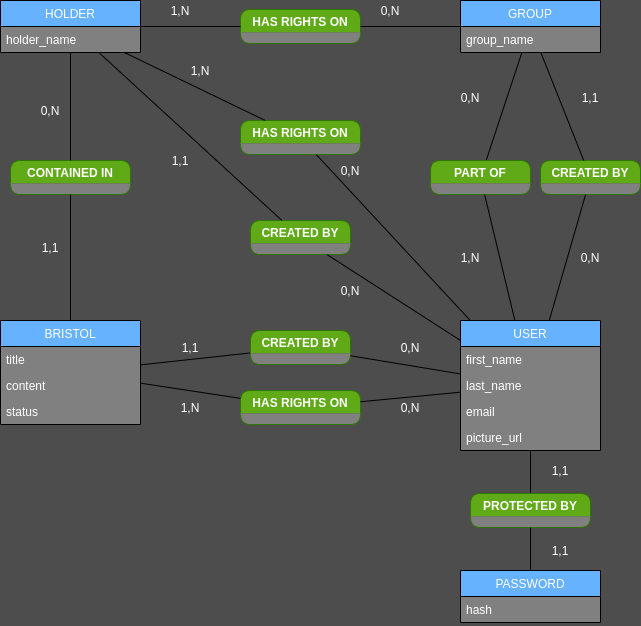
Before: MCD/mcd.png, a diagram exported from draw.io (moymat/bristolbe). Source tidied: cells renumbered, new cells last; positions are measured from the earlier drawing's top-left corner, leaving out a move shared by most shapes.
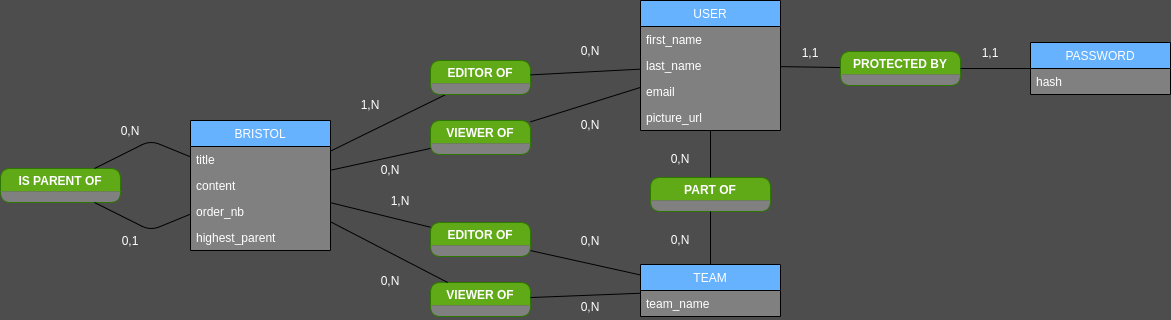
After the change.

Change to the diagram source:
```diff
@@ -3,7 +3,7 @@
     <mxCell id="0" />
     <mxCell id="1" parent="0" />
     <mxCell id="2" value="BRISTOL" style="swimlane;fontStyle=0;horizontal=1;startSize=26;fillColor=#66B2FF;swimlaneFillColor=#808080;fontColor=#FFFFFF;" parent="1" vertex="1">
-      <mxGeometry y="320" width="140" height="104" as="geometry" />
+      <mxGeometry x="120" y="320" width="140" height="130" as="geometry" />
     </mxCell>
     <mxCell id="3" value="title" style="text;strokeColor=none;fillColor=none;align=left;verticalAlign=top;spacingLeft=4;spacingRight=4;overflow=hidden;fontColor=#FFFFFF;" parent="2" vertex="1">
       <mxGeometry y="26" width="140" height="26" as="geometry" />
@@ -11,17 +11,20 @@
     <mxCell id="4" value="content" style="text;strokeColor=none;fillColor=none;align=left;verticalAlign=top;spacingLeft=4;spacingRight=4;overflow=hidden;fontColor=#FFFFFF;" parent="2" vertex="1">
       <mxGeometry y="52" width="140" height="26" as="geometry" />
     </mxCell>
-    <mxCell id="5" value="status" style="text;strokeColor=none;fillColor=none;align=left;verticalAlign=top;spacingLeft=4;spacingRight=4;overflow=hidden;fontColor=#FFFFFF;" parent="2" vertex="1">
+    <mxCell id="5" value="order_nb" style="text;strokeColor=none;fillColor=none;align=left;verticalAlign=top;spacingLeft=4;spacingRight=4;overflow=hidden;fontColor=#FFFFFF;" parent="2" vertex="1">
       <mxGeometry y="78" width="140" height="26" as="geometry" />
     </mxCell>
+    <mxCell id="62" value="highest_parent" style="text;strokeColor=none;fillColor=none;align=left;verticalAlign=top;spacingLeft=4;spacingRight=4;overflow=hidden;fontColor=#FFFFFF;" parent="2" vertex="1">
+      <mxGeometry y="104" width="140" height="26" as="geometry" />
+    </mxCell>
     <mxCell id="6" value="PASSWORD" style="swimlane;fontStyle=0;horizontal=1;startSize=26;fillColor=#66B2FF;swimlaneFillColor=#808080;fontColor=#FFFFFF;" parent="1" vertex="1">
-      <mxGeometry x="460" y="570" width="140" height="52" as="geometry" />
+      <mxGeometry x="960" y="242" width="140" height="52" as="geometry" />
     </mxCell>
     <mxCell id="7" value="hash" style="text;strokeColor=none;fillColor=none;align=left;verticalAlign=top;spacingLeft=4;spacingRight=4;overflow=hidden;fontColor=#FFFFFF;" parent="6" vertex="1">
       <mxGeometry y="26" width="140" height="26" as="geometry" />
     </mxCell>
     <mxCell id="8" value="USER" style="swimlane;fontStyle=0;horizontal=1;startSize=26;fillColor=#66B2FF;swimlaneFillColor=#808080;fontColor=#FFFFFF;" parent="1" vertex="1">
-      <mxGeometry x="460" y="320" width="140" height="130" as="geometry" />
+      <mxGeometry x="570" y="200" width="140" height="130" as="geometry" />
     </mxCell>
     <mxCell id="9" value="first_name" style="text;strokeColor=none;fillColor=none;align=left;verticalAlign=top;spacingLeft=4;spacingRight=4;overflow=hidden;fontColor=#FFFFFF;" parent="8" vertex="1">
       <mxGeometry y="26" width="140" height="26" as="geometry" />
@@ -41,134 +44,32 @@
     <mxCell id="14" style="endArrow=none;html=1;fontColor=#FFFFFF;" parent="1" edge="1" source="18" target="2">
       <mxGeometry relative="1" as="geometry" />
     </mxCell>
-    <mxCell id="15" value="GROUP" style="swimlane;fontStyle=0;horizontal=1;startSize=26;fillColor=#66B2FF;swimlaneFillColor=#808080;fontColor=#FFFFFF;" parent="1" vertex="1">
-      <mxGeometry x="460" width="140" height="52" as="geometry" />
-    </mxCell>
-    <mxCell id="16" value="group_name" style="text;strokeColor=none;fillColor=none;align=left;verticalAlign=top;spacingLeft=4;spacingRight=4;overflow=hidden;fontColor=#FFFFFF;" parent="15" vertex="1">
-      <mxGeometry y="26" width="140" height="26" as="geometry" />
-    </mxCell>
-    <mxCell id="17" style="endArrow=none;html=1;fontColor=#FFFFFF;" parent="1" edge="1" source="20" target="15">
-      <mxGeometry relative="1" as="geometry" />
-    </mxCell>
-    <mxCell id="18" value="CREATED BY" style="swimlane;fillColor=#60a917;strokeColor=#2D7600;rounded=1;swimlaneLine=0;swimlaneFillColor=#808080;fontColor=#FFFFFF;" parent="1" vertex="1">
-      <mxGeometry x="250" y="330" width="100" height="34" as="geometry" />
+    <mxCell id="18" value="EDITOR OF" style="swimlane;fillColor=#60a917;strokeColor=#2D7600;rounded=1;swimlaneLine=0;swimlaneFillColor=#808080;fontColor=#FFFFFF;" parent="1" vertex="1">
+      <mxGeometry x="360" y="260" width="100" height="34" as="geometry" />
     </mxCell>
     <mxCell id="19" style="endArrow=none;html=1;fontColor=#FFFFFF;" parent="1" edge="1" source="8" target="18">
       <mxGeometry relative="1" as="geometry" />
     </mxCell>
-    <mxCell id="20" value="PART OF" style="swimlane;fillColor=#60a917;strokeColor=#2D7600;rounded=1;swimlaneLine=0;swimlaneFillColor=#808080;fontColor=#FFFFFF;" parent="1" vertex="1">
-      <mxGeometry x="430" y="160" width="100" height="34" as="geometry" />
-    </mxCell>
-    <mxCell id="21" style="endArrow=none;html=1;fontColor=#FFFFFF;" parent="1" edge="1" source="20" target="8">
-      <mxGeometry relative="1" as="geometry" />
-    </mxCell>
     <mxCell id="22" value="PROTECTED BY" style="swimlane;fillColor=#60a917;strokeColor=#2D7600;rounded=1;swimlaneLine=0;swimlaneFillColor=#808080;fontColor=#FFFFFF;" parent="1" vertex="1">
-      <mxGeometry x="470" y="493" width="120" height="34" as="geometry" />
+      <mxGeometry x="770" y="251" width="120" height="34" as="geometry" />
     </mxCell>
     <mxCell id="23" style="endArrow=none;html=1;fontColor=#FFFFFF;" parent="1" edge="1" source="22" target="6">
       <mxGeometry relative="1" as="geometry" />
     </mxCell>
-    <mxCell id="24" value="CONTAINED IN" style="swimlane;fillColor=#60a917;strokeColor=#2D7600;rounded=1;swimlaneLine=0;swimlaneFillColor=#808080;fontColor=#FFFFFF;" parent="1" vertex="1">
-      <mxGeometry x="10" y="160" width="120" height="34" as="geometry" />
-    </mxCell>
-    <mxCell id="25" style="endArrow=none;html=1;fontColor=#FFFFFF;" parent="1" edge="1" source="24" target="2">
-      <mxGeometry relative="1" as="geometry" />
-    </mxCell>
-    <mxCell id="26" style="endArrow=none;html=1;fontColor=#FFFFFF;" parent="1" edge="1" source="40" target="24">
-      <mxGeometry relative="1" as="geometry" />
-    </mxCell>
-    <mxCell id="27" value="CREATED BY" style="swimlane;fillColor=#60a917;strokeColor=#2D7600;rounded=1;swimlaneLine=0;swimlaneFillColor=#808080;fontColor=#FFFFFF;" parent="1" vertex="1">
-      <mxGeometry x="540" y="160" width="100" height="34" as="geometry" />
-    </mxCell>
-    <mxCell id="28" style="endArrow=none;html=1;fontColor=#FFFFFF;" parent="1" edge="1" source="15" target="27">
-      <mxGeometry relative="1" as="geometry" />
-    </mxCell>
-    <mxCell id="29" style="endArrow=none;html=1;fontColor=#FFFFFF;" parent="1" edge="1" source="8" target="27">
-      <mxGeometry relative="1" as="geometry" />
-    </mxCell>
     <mxCell id="30" value="0,N" style="text;html=1;strokeColor=none;fillColor=none;align=center;verticalAlign=middle;whiteSpace=wrap;rounded=0;fontColor=#FFFFFF;" parent="1" vertex="1">
-      <mxGeometry x="390" y="337" width="40" height="20" as="geometry" />
+      <mxGeometry x="500" y="240" width="40" height="20" as="geometry" />
     </mxCell>
-    <mxCell id="31" value="1,1" style="text;html=1;strokeColor=none;fillColor=none;align=center;verticalAlign=middle;whiteSpace=wrap;rounded=0;fontColor=#FFFFFF;" parent="1" vertex="1">
-      <mxGeometry x="170" y="337" width="40" height="20" as="geometry" />
+    <mxCell id="31" value="1,N" style="text;html=1;strokeColor=none;fillColor=none;align=center;verticalAlign=middle;whiteSpace=wrap;rounded=0;fontColor=#FFFFFF;" parent="1" vertex="1">
+      <mxGeometry x="280" y="294" width="40" height="20" as="geometry" />
     </mxCell>
-    <mxCell id="32" value="1,1" style="text;html=1;strokeColor=none;fillColor=none;align=center;verticalAlign=middle;whiteSpace=wrap;rounded=0;fontColor=#FFFFFF;" parent="1" vertex="1">
-      <mxGeometry x="30" y="237" width="40" height="20" as="geometry" />
-    </mxCell>
-    <mxCell id="33" value="0,N" style="text;html=1;strokeColor=none;fillColor=none;align=center;verticalAlign=middle;whiteSpace=wrap;rounded=0;fontColor=#FFFFFF;" parent="1" vertex="1">
-      <mxGeometry x="30" y="100" width="40" height="20" as="geometry" />
-    </mxCell>
-    <mxCell id="34" value="0,N" style="text;html=1;strokeColor=none;fillColor=none;align=center;verticalAlign=middle;whiteSpace=wrap;rounded=0;fontColor=#FFFFFF;" parent="1" vertex="1">
-      <mxGeometry x="450" y="87" width="40" height="20" as="geometry" />
-    </mxCell>
-    <mxCell id="35" value="1,N" style="text;html=1;strokeColor=none;fillColor=none;align=center;verticalAlign=middle;whiteSpace=wrap;rounded=0;fontColor=#FFFFFF;" parent="1" vertex="1">
-      <mxGeometry x="450" y="247" width="40" height="20" as="geometry" />
-    </mxCell>
-    <mxCell id="36" value="1,1" style="text;html=1;strokeColor=none;fillColor=none;align=center;verticalAlign=middle;whiteSpace=wrap;rounded=0;fontColor=#FFFFFF;" parent="1" vertex="1">
-      <mxGeometry x="570" y="87" width="40" height="20" as="geometry" />
-    </mxCell>
-    <mxCell id="37" value="0,N" style="text;html=1;strokeColor=none;fillColor=none;align=center;verticalAlign=middle;whiteSpace=wrap;rounded=0;fontColor=#FFFFFF;" parent="1" vertex="1">
-      <mxGeometry x="570" y="247" width="40" height="20" as="geometry" />
-    </mxCell>
     <mxCell id="38" value="1,1" style="text;html=1;strokeColor=none;fillColor=none;align=center;verticalAlign=middle;whiteSpace=wrap;rounded=0;fontColor=#FFFFFF;" parent="1" vertex="1">
-      <mxGeometry x="540" y="460" width="40" height="20" as="geometry" />
+      <mxGeometry x="720" y="242" width="40" height="20" as="geometry" />
     </mxCell>
     <mxCell id="39" value="1,1" style="text;html=1;strokeColor=none;fillColor=none;align=center;verticalAlign=middle;whiteSpace=wrap;rounded=0;fontColor=#FFFFFF;" parent="1" vertex="1">
-      <mxGeometry x="540" y="540" width="40" height="20" as="geometry" />
+      <mxGeometry x="900" y="242" width="40" height="20" as="geometry" />
     </mxCell>
-    <mxCell id="40" value="HOLDER" style="swimlane;fontStyle=0;horizontal=1;startSize=26;fillColor=#66B2FF;swimlaneFillColor=#808080;fontColor=#FFFFFF;" parent="1" vertex="1">
-      <mxGeometry width="140" height="52" as="geometry" />
-    </mxCell>
-    <mxCell id="41" value="holder_name" style="text;strokeColor=none;fillColor=none;align=left;verticalAlign=top;spacingLeft=4;spacingRight=4;overflow=hidden;fontColor=#FFFFFF;" parent="40" vertex="1">
-      <mxGeometry y="26" width="140" height="26" as="geometry" />
-    </mxCell>
-    <mxCell id="42" value="HAS RIGHTS ON" style="swimlane;fillColor=#60a917;strokeColor=#2D7600;rounded=1;swimlaneLine=0;swimlaneFillColor=#808080;fontColor=#FFFFFF;" parent="1" vertex="1">
-      <mxGeometry x="240" y="120" width="120" height="34" as="geometry" />
-    </mxCell>
-    <mxCell id="43" value="HAS RIGHTS ON" style="swimlane;fillColor=#60a917;strokeColor=#2D7600;rounded=1;swimlaneLine=0;swimlaneFillColor=#808080;fontColor=#FFFFFF;" parent="1" vertex="1">
-      <mxGeometry x="240" y="9" width="120" height="34" as="geometry" />
-    </mxCell>
-    <mxCell id="44" value="CREATED BY" style="swimlane;fillColor=#60a917;strokeColor=#2D7600;rounded=1;swimlaneLine=0;swimlaneFillColor=#808080;fontColor=#FFFFFF;" parent="1" vertex="1">
-      <mxGeometry x="250" y="220" width="100" height="34" as="geometry" />
-    </mxCell>
-    <mxCell id="45" style="endArrow=none;html=1;fontColor=#FFFFFF;" parent="1" edge="1" source="8" target="44">
-      <mxGeometry relative="1" as="geometry" />
-    </mxCell>
-    <mxCell id="46" style="endArrow=none;html=1;fontColor=#FFFFFF;" parent="1" edge="1" source="8" target="42">
-      <mxGeometry relative="1" as="geometry" />
-    </mxCell>
-    <mxCell id="47" style="endArrow=none;html=1;fontColor=#FFFFFF;" parent="1" edge="1" source="42" target="40">
-      <mxGeometry relative="1" as="geometry" />
-    </mxCell>
-    <mxCell id="48" style="endArrow=none;html=1;fontColor=#FFFFFF;" parent="1" edge="1" source="43" target="40">
-      <mxGeometry relative="1" as="geometry" />
-    </mxCell>
-    <mxCell id="49" style="endArrow=none;html=1;fontColor=#FFFFFF;" parent="1" edge="1" source="15" target="43">
-      <mxGeometry relative="1" as="geometry" />
-    </mxCell>
-    <mxCell id="50" style="endArrow=none;html=1;fontColor=#FFFFFF;" parent="1" edge="1" source="44" target="40">
-      <mxGeometry relative="1" as="geometry" />
-    </mxCell>
-    <mxCell id="51" value="1,1" style="text;html=1;strokeColor=none;fillColor=none;align=center;verticalAlign=middle;whiteSpace=wrap;rounded=0;fontColor=#FFFFFF;" parent="1" vertex="1">
-      <mxGeometry x="160" y="150" width="40" height="20" as="geometry" />
-    </mxCell>
-    <mxCell id="52" value="1,N" style="text;html=1;strokeColor=none;fillColor=none;align=center;verticalAlign=middle;whiteSpace=wrap;rounded=0;fontColor=#FFFFFF;" parent="1" vertex="1">
-      <mxGeometry x="180" y="60" width="40" height="20" as="geometry" />
-    </mxCell>
-    <mxCell id="53" value="0,N" style="text;html=1;strokeColor=none;fillColor=none;align=center;verticalAlign=middle;whiteSpace=wrap;rounded=0;fontColor=#FFFFFF;" parent="1" vertex="1">
-      <mxGeometry x="330" y="160" width="40" height="20" as="geometry" />
-    </mxCell>
-    <mxCell id="54" value="0,N" style="text;html=1;strokeColor=none;fillColor=none;align=center;verticalAlign=middle;whiteSpace=wrap;rounded=0;fontColor=#FFFFFF;" parent="1" vertex="1">
-      <mxGeometry x="330" y="280" width="40" height="20" as="geometry" />
-    </mxCell>
-    <mxCell id="55" value="1,N" style="text;html=1;strokeColor=none;fillColor=none;align=center;verticalAlign=middle;whiteSpace=wrap;rounded=0;fontColor=#FFFFFF;" parent="1" vertex="1">
-      <mxGeometry x="160" width="40" height="20" as="geometry" />
-    </mxCell>
-    <mxCell id="56" value="0,N" style="text;html=1;strokeColor=none;fillColor=none;align=center;verticalAlign=middle;whiteSpace=wrap;rounded=0;fontColor=#FFFFFF;" parent="1" vertex="1">
-      <mxGeometry x="370" width="40" height="20" as="geometry" />
-    </mxCell>
-    <mxCell id="57" value="HAS RIGHTS ON" style="swimlane;fillColor=#60a917;strokeColor=#2D7600;rounded=1;swimlaneLine=0;swimlaneFillColor=#808080;fontColor=#FFFFFF;" parent="1" vertex="1">
-      <mxGeometry x="240" y="390" width="120" height="34" as="geometry" />
+    <mxCell id="57" value="VIEWER OF" style="swimlane;fillColor=#60a917;strokeColor=#2D7600;rounded=1;swimlaneLine=0;swimlaneFillColor=#808080;fontColor=#FFFFFF;startSize=23;" parent="1" vertex="1">
+      <mxGeometry x="360" y="320" width="100" height="34" as="geometry" />
     </mxCell>
     <mxCell id="58" style="endArrow=none;html=1;fontColor=#FFFFFF;" parent="1" edge="1" source="57" target="2">
       <mxGeometry relative="1" as="geometry" />
@@ -177,10 +78,84 @@
       <mxGeometry relative="1" as="geometry" />
     </mxCell>
     <mxCell id="60" value="0,N" style="text;html=1;strokeColor=none;fillColor=none;align=center;verticalAlign=middle;whiteSpace=wrap;rounded=0;fontColor=#FFFFFF;" parent="1" vertex="1">
-      <mxGeometry x="390" y="397" width="40" height="20" as="geometry" />
+      <mxGeometry x="500" y="314" width="40" height="20" as="geometry" />
     </mxCell>
-    <mxCell id="61" value="1,N" style="text;html=1;strokeColor=none;fillColor=none;align=center;verticalAlign=middle;whiteSpace=wrap;rounded=0;fontColor=#FFFFFF;" parent="1" vertex="1">
-      <mxGeometry x="170" y="397" width="40" height="20" as="geometry" />
+    <mxCell id="61" value="0,N" style="text;html=1;strokeColor=none;fillColor=none;align=center;verticalAlign=middle;whiteSpace=wrap;rounded=0;fontColor=#FFFFFF;" parent="1" vertex="1">
+      <mxGeometry x="300" y="359" width="40" height="20" as="geometry" />
     </mxCell>
+    <mxCell id="63" value="IS PARENT OF" style="swimlane;fillColor=#60a917;strokeColor=#2D7600;rounded=1;swimlaneLine=0;swimlaneFillColor=#808080;fontColor=#FFFFFF;startSize=23;" parent="1" vertex="1">
+      <mxGeometry x="-70" y="368" width="120" height="34" as="geometry" />
+    </mxCell>
+    <mxCell id="64" style="endArrow=none;html=1;fontColor=#FFFFFF;" parent="1" edge="1" source="2" target="63">
+      <mxGeometry relative="1" as="geometry">
+        <Array as="points">
+          <mxPoint x="80" y="340" />
+        </Array>
+      </mxGeometry>
+    </mxCell>
+    <mxCell id="65" style="endArrow=none;html=1;fontColor=#FFFFFF;" parent="1" edge="1" source="2" target="63">
+      <mxGeometry relative="1" as="geometry">
+        <Array as="points">
+          <mxPoint x="80" y="430" />
+        </Array>
+      </mxGeometry>
+    </mxCell>
+    <mxCell id="66" value="0,1" style="text;html=1;strokeColor=none;fillColor=none;align=center;verticalAlign=middle;whiteSpace=wrap;rounded=0;fontColor=#FFFFFF;" parent="1" vertex="1">
+      <mxGeometry x="40" y="430" width="40" height="20" as="geometry" />
+    </mxCell>
+    <mxCell id="67" value="0,N" style="text;html=1;strokeColor=none;fillColor=none;align=center;verticalAlign=middle;whiteSpace=wrap;rounded=0;fontColor=#FFFFFF;" parent="1" vertex="1">
+      <mxGeometry x="40" y="320" width="40" height="20" as="geometry" />
+    </mxCell>
+    <mxCell id="68" value="TEAM" style="swimlane;fontStyle=0;horizontal=1;startSize=26;fillColor=#66B2FF;swimlaneFillColor=#808080;fontColor=#FFFFFF;" parent="1" vertex="1">
+      <mxGeometry x="570" y="464" width="140" height="52" as="geometry" />
+    </mxCell>
+    <mxCell id="69" value="team_name" style="text;strokeColor=none;fillColor=none;align=left;verticalAlign=top;spacingLeft=4;spacingRight=4;overflow=hidden;fontColor=#FFFFFF;" parent="68" vertex="1">
+      <mxGeometry y="26" width="140" height="26" as="geometry" />
+    </mxCell>
+    <mxCell id="70" value="EDITOR OF" style="swimlane;fillColor=#60a917;strokeColor=#2D7600;rounded=1;swimlaneLine=0;swimlaneFillColor=#808080;fontColor=#FFFFFF;" parent="1" vertex="1">
+      <mxGeometry x="360" y="422" width="100" height="34" as="geometry" />
+    </mxCell>
+    <mxCell id="71" value="VIEWER OF" style="swimlane;fillColor=#60a917;strokeColor=#2D7600;rounded=1;swimlaneLine=0;swimlaneFillColor=#808080;fontColor=#FFFFFF;startSize=23;" parent="1" vertex="1">
+      <mxGeometry x="360" y="482" width="100" height="34" as="geometry" />
+    </mxCell>
+    <mxCell id="72" value="0,N" style="text;html=1;strokeColor=none;fillColor=none;align=center;verticalAlign=middle;whiteSpace=wrap;rounded=0;fontColor=#FFFFFF;" parent="1" vertex="1">
+      <mxGeometry x="500" y="496" width="40" height="20" as="geometry" />
+    </mxCell>
+    <mxCell id="73" value="0,N" style="text;html=1;strokeColor=none;fillColor=none;align=center;verticalAlign=middle;whiteSpace=wrap;rounded=0;fontColor=#FFFFFF;" parent="1" vertex="1">
+      <mxGeometry x="500" y="430" width="40" height="20" as="geometry" />
+    </mxCell>
+    <mxCell id="74" value="1,N" style="text;html=1;strokeColor=none;fillColor=none;align=center;verticalAlign=middle;whiteSpace=wrap;rounded=0;fontColor=#FFFFFF;" parent="1" vertex="1">
+      <mxGeometry x="310" y="390" width="40" height="20" as="geometry" />
+    </mxCell>
+    <mxCell id="75" value="0,N" style="text;html=1;strokeColor=none;fillColor=none;align=center;verticalAlign=middle;whiteSpace=wrap;rounded=0;fontColor=#FFFFFF;" parent="1" vertex="1">
+      <mxGeometry x="300" y="470" width="40" height="20" as="geometry" />
+    </mxCell>
+    <mxCell id="76" style="endArrow=none;html=1;fontColor=#FFFFFF;" parent="1" edge="1" source="68" target="70">
+      <mxGeometry relative="1" as="geometry" />
+    </mxCell>
+    <mxCell id="77" style="endArrow=none;html=1;fontColor=#FFFFFF;" parent="1" edge="1" source="70" target="2">
+      <mxGeometry relative="1" as="geometry" />
+    </mxCell>
+    <mxCell id="78" style="endArrow=none;html=1;fontColor=#FFFFFF;" parent="1" edge="1" source="68" target="71">
+      <mxGeometry relative="1" as="geometry" />
+    </mxCell>
+    <mxCell id="79" style="endArrow=none;html=1;fontColor=#FFFFFF;" parent="1" edge="1" source="71" target="2">
+      <mxGeometry relative="1" as="geometry" />
+    </mxCell>
+    <mxCell id="20" value="PART OF" style="swimlane;fillColor=#60a917;strokeColor=#2D7600;rounded=1;swimlaneLine=0;swimlaneFillColor=#808080;fontColor=#FFFFFF;" parent="1" vertex="1">
+      <mxGeometry x="580" y="377" width="120" height="34" as="geometry" />
+    </mxCell>
+    <mxCell id="21" style="endArrow=none;html=1;fontColor=#FFFFFF;" parent="1" edge="1" source="20" target="8">
+      <mxGeometry relative="1" as="geometry" />
+    </mxCell>
+    <mxCell id="80" style="endArrow=none;html=1;fontColor=#FFFFFF;" parent="1" edge="1" source="20" target="68">
+      <mxGeometry relative="1" as="geometry" />
+    </mxCell>
+    <mxCell id="81" value="0,N" style="text;html=1;strokeColor=none;fillColor=none;align=center;verticalAlign=middle;whiteSpace=wrap;rounded=0;fontColor=#FFFFFF;" parent="1" vertex="1">
+      <mxGeometry x="590" y="348" width="40" height="20" as="geometry" />
+    </mxCell>
+    <mxCell id="82" value="0,N" style="text;html=1;strokeColor=none;fillColor=none;align=center;verticalAlign=middle;whiteSpace=wrap;rounded=0;fontColor=#FFFFFF;" parent="1" vertex="1">
+      <mxGeometry x="590" y="429" width="40" height="20" as="geometry" />
+    </mxCell>
   </root>
 </mxGraphModel>
```
